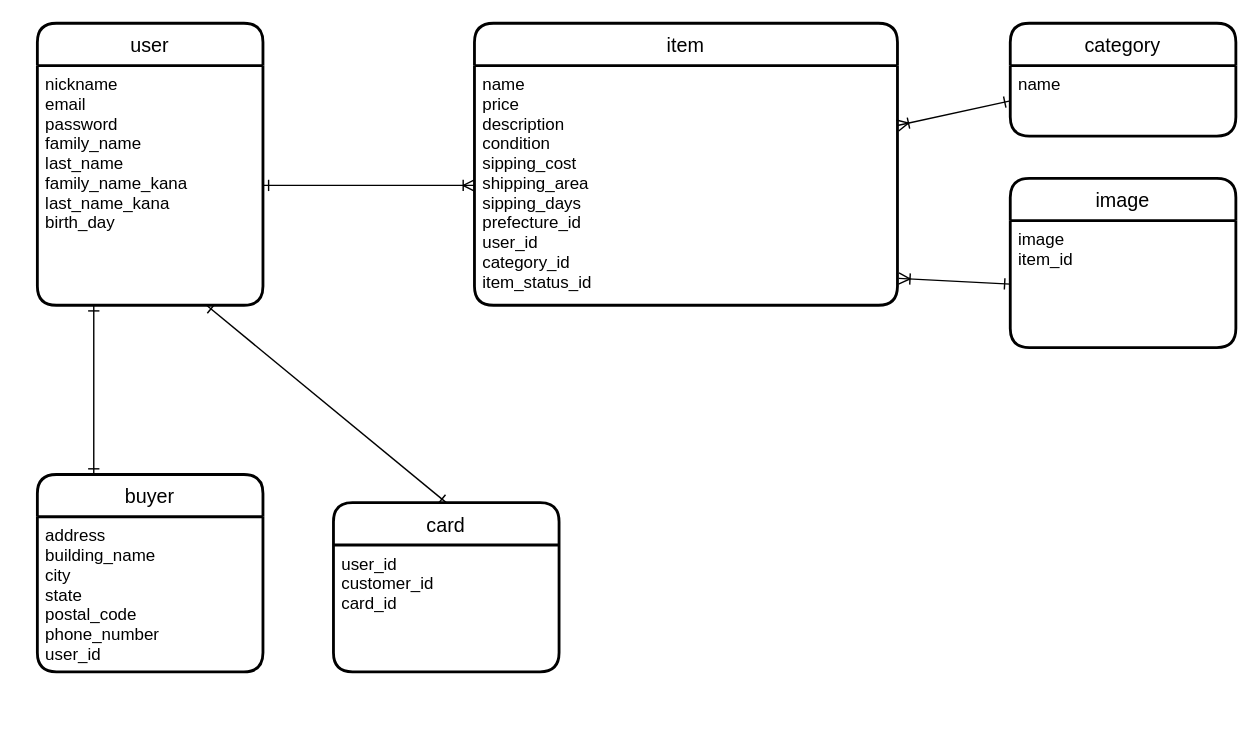
Above: furima.dio in tommy24335/furima-35566 (draw.io), before the change. Source tidied: cells renumbered, new cells numbered last; positions are measured from the earlier drawing's top-left corner, leaving out a move shared by most shapes. Both pictures are drawn from the tidied source at 141%, with x=0, y=0 at pixel (37, 23).
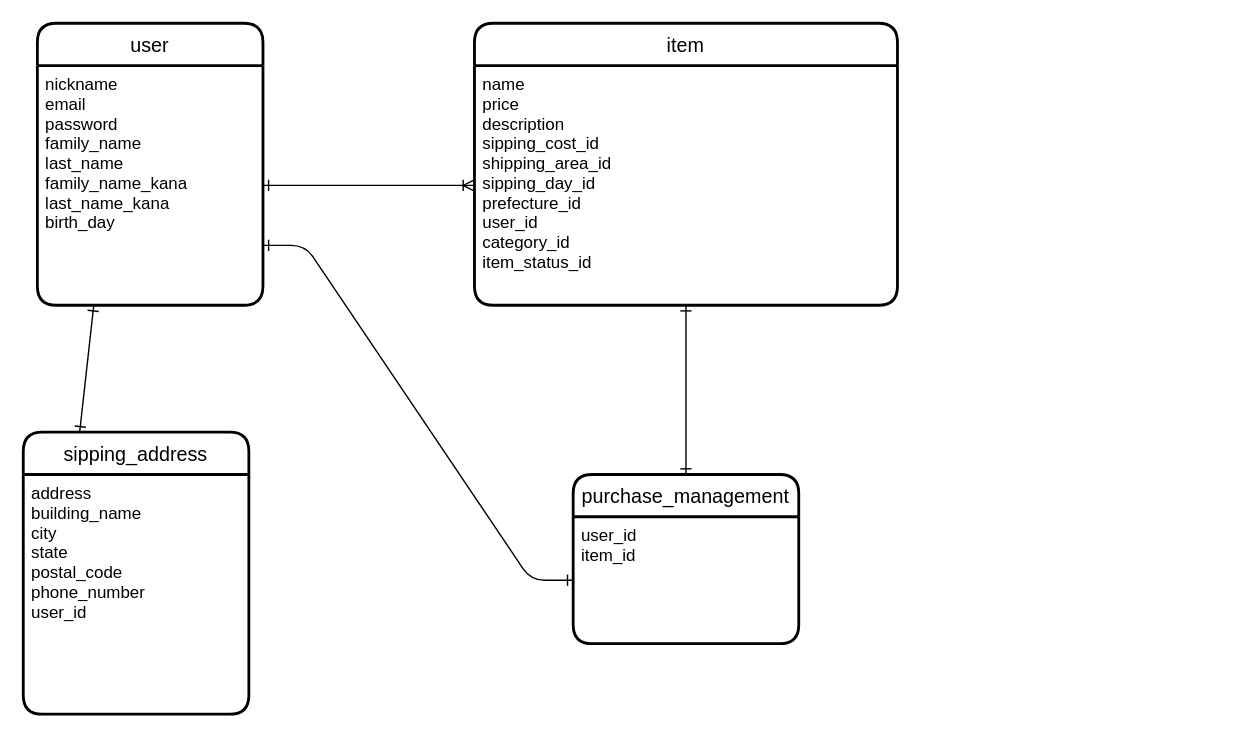
Above is the later version.

Commit message (it also covers changes not shown here):
ER図、READMEの修正

The edit, as a diff of the source:
```diff
@@
 <mxGraphModel>
   <root>
     <mxCell id="0" />
     <mxCell id="1" parent="0" />
     <mxCell id="2" value="user" style="swimlane;horizontal=1;startSize=30;rounded=1;fontSize=14;fontStyle=0;strokeWidth=2;shadow=0;dashed=0;align=center;verticalAlign=middle;" parent="1" vertex="1">
       <mxGeometry width="160" height="200" as="geometry" />
     </mxCell>
     <mxCell id="3" value="nickname&#10;email&#10;password&#10;family_name&#10;last_name&#10;family_name_kana&#10;last_name_kana&#10;birth_day" style="align=left;strokeColor=none;fillColor=none;spacingLeft=4;fontSize=12;verticalAlign=top;" parent="2" vertex="1">
       <mxGeometry y="30" width="160" height="170" as="geometry" />
     </mxCell>
     <mxCell id="4" value="item" style="swimlane;horizontal=1;startSize=30;rounded=1;fontSize=14;fontStyle=0;strokeWidth=2;shadow=0;dashed=0;align=center;" parent="1" vertex="1">
       <mxGeometry x="310" width="300" height="200" as="geometry" />
     </mxCell>
-    <mxCell id="5" value="name&#10;price&#10;description&#10;condition&#10;sipping_cost&#10;shipping_area&#10;sipping_days&#10;prefecture_id&#10;user_id&#10;category_id&#10;item_status_id" style="align=left;strokeColor=none;fillColor=none;spacingLeft=4;fontSize=12;verticalAlign=top;" parent="4" vertex="1">
+    <mxCell id="5" value="name&#10;price&#10;description&#10;sipping_cost_id&#10;shipping_area_id&#10;sipping_day_id&#10;prefecture_id&#10;user_id&#10;category_id&#10;item_status_id" style="align=left;strokeColor=none;fillColor=none;spacingLeft=4;fontSize=12;verticalAlign=top;" parent="4" vertex="1">
       <mxGeometry y="30" width="300" height="170" as="geometry" />
     </mxCell>
-    <mxCell id="6" value="category" style="swimlane;horizontal=1;startSize=30;rounded=1;fontSize=14;fontStyle=0;strokeWidth=2;shadow=0;dashed=0;align=center;" parent="1" vertex="1">
-      <mxGeometry x="690" width="160" height="80" as="geometry" />
-    </mxCell>
-    <mxCell id="7" value="name" style="align=left;strokeColor=none;fillColor=none;spacingLeft=4;fontSize=12;verticalAlign=top;" parent="6" vertex="1">
-      <mxGeometry y="30" width="160" height="50" as="geometry" />
-    </mxCell>
-    <mxCell id="8" style="edgeStyle=orthogonalEdgeStyle;rounded=0;orthogonalLoop=1;jettySize=auto;html=1;exitX=0.5;exitY=1;exitDx=0;exitDy=0;" parent="6" edge="1" source="7" target="7">
-      <mxGeometry relative="1" as="geometry" />
-    </mxCell>
-    <mxCell id="9" style="fontSize=12;html=1;endArrow=ERoneToMany;startArrow=ERone;entryX=1;entryY=0.25;entryDx=0;entryDy=0;exitX=0;exitY=0.5;exitDx=0;exitDy=0;startFill=0;" parent="1" edge="1" source="7" target="5">
-      <mxGeometry relative="1" as="geometry" />
-    </mxCell>
-    <mxCell id="10" value="image" style="swimlane;horizontal=1;startSize=30;rounded=1;fontSize=14;fontStyle=0;strokeWidth=2;shadow=0;dashed=0;align=center;" parent="1" vertex="1">
-      <mxGeometry x="690" y="110" width="160" height="120" as="geometry" />
-    </mxCell>
-    <mxCell id="11" value="image&#10;item_id" style="align=left;strokeColor=none;fillColor=none;spacingLeft=4;fontSize=12;verticalAlign=top;" parent="10" vertex="1">
-      <mxGeometry y="30" width="160" height="90" as="geometry" />
-    </mxCell>
-    <mxCell id="12" style="fontSize=12;html=1;endArrow=ERoneToMany;startArrow=ERone;exitX=0;exitY=0.5;exitDx=0;exitDy=0;entryX=1.003;entryY=0.888;entryDx=0;entryDy=0;entryPerimeter=0;startFill=0;" parent="1" edge="1" source="11" target="5">
-      <mxGeometry relative="1" as="geometry" />
-    </mxCell>
-    <mxCell id="13" value="buyer" style="swimlane;horizontal=1;startSize=30;rounded=1;fontSize=14;fontStyle=0;strokeWidth=2;shadow=0;dashed=0;align=center;" parent="1" vertex="1">
-      <mxGeometry y="320" width="160" height="140" as="geometry" />
-    </mxCell>
+    <mxCell id="16" style="edgeStyle=entityRelationEdgeStyle;fontSize=12;html=1;endArrow=ERoneToMany;startArrow=ERone;entryX=0;entryY=0.5;entryDx=0;entryDy=0;exitX=1;exitY=0.5;exitDx=0;exitDy=0;startFill=0;endFill=0;" parent="1" edge="1" source="3" target="5">
+      <mxGeometry relative="1" as="geometry" />
+    </mxCell>
+    <mxCell id="20" value="sipping_address" style="swimlane;horizontal=1;startSize=30;rounded=1;fontSize=14;fontStyle=0;strokeWidth=2;shadow=0;dashed=0;align=center;" parent="1" vertex="1">
+      <mxGeometry x="-10" y="290" width="160" height="200" as="geometry" />
+    </mxCell>
-    <mxCell id="14" value="address&#10;building_name&#10;city&#10;state&#10;postal_code&#10;phone_number&#10;user_id" style="align=left;strokeColor=none;fillColor=none;spacingLeft=4;fontSize=12;verticalAlign=top;" parent="13" vertex="1">
-      <mxGeometry y="30" width="160" height="110" as="geometry" />
+    <mxCell id="14" value="address&#10;building_name&#10;city&#10;state&#10;postal_code&#10;phone_number&#10;user_id" style="align=left;strokeColor=none;fillColor=none;spacingLeft=4;fontSize=12;verticalAlign=top;" parent="20" vertex="1">
+      <mxGeometry y="30" width="160" height="170" as="geometry" />
     </mxCell>
-    <mxCell id="15" style="fontSize=12;html=1;endArrow=ERone;startArrow=ERone;entryX=0.25;entryY=1;entryDx=0;entryDy=0;exitX=0.25;exitY=0;exitDx=0;exitDy=0;startFill=0;endFill=0;" parent="1" edge="1" source="13" target="3">
-      <mxGeometry relative="1" as="geometry" />
-    </mxCell>
-    <mxCell id="16" style="edgeStyle=entityRelationEdgeStyle;fontSize=12;html=1;endArrow=ERoneToMany;startArrow=ERone;entryX=0;entryY=0.5;entryDx=0;entryDy=0;exitX=1;exitY=0.5;exitDx=0;exitDy=0;startFill=0;endFill=0;" parent="1" edge="1" source="3" target="5">
-      <mxGeometry relative="1" as="geometry" />
-    </mxCell>
-    <mxCell id="17" value="card" style="swimlane;horizontal=1;startSize=30;rounded=1;fontSize=14;fontStyle=0;strokeWidth=2;shadow=0;dashed=0;align=center;" parent="1" vertex="1">
-      <mxGeometry x="210" y="340" width="160" height="120" as="geometry" />
-    </mxCell>
-    <mxCell id="18" value="user_id&#10;customer_id&#10;card_id" style="align=left;strokeColor=none;fillColor=none;spacingLeft=4;fontSize=12;verticalAlign=top;" parent="17" vertex="1">
-      <mxGeometry y="30" width="160" height="90" as="geometry" />
-    </mxCell>
-    <mxCell id="19" style="fontSize=12;html=1;endArrow=ERone;endFill=1;exitX=0.5;exitY=0;exitDx=0;exitDy=0;entryX=0.75;entryY=1;entryDx=0;entryDy=0;startArrow=ERone;startFill=0;" parent="1" edge="1" source="17" target="3">
-      <mxGeometry relative="1" as="geometry" />
-    </mxCell>
+    <mxCell id="21" value="purchase_management" style="swimlane;horizontal=1;startSize=30;rounded=1;fontSize=14;fontStyle=0;strokeWidth=2;shadow=0;dashed=0;align=center;" parent="1" vertex="1">
+      <mxGeometry x="380" y="320" width="160" height="120" as="geometry" />
+    </mxCell>
+    <mxCell id="22" value="user_id&#10;item_id" style="align=left;strokeColor=none;fillColor=none;spacingLeft=4;fontSize=12;verticalAlign=top;" parent="21" vertex="1">
+      <mxGeometry y="30" width="160" height="90" as="geometry" />
+    </mxCell>
+    <mxCell id="23" style="fontSize=12;html=1;endArrow=ERone;endFill=0;exitX=0.25;exitY=0;exitDx=0;exitDy=0;entryX=0.25;entryY=1;entryDx=0;entryDy=0;startArrow=ERone;startFill=0;" parent="1" edge="1" source="20" target="3">
+      <mxGeometry relative="1" as="geometry" />
+    </mxCell>
+    <mxCell id="24" style="fontSize=12;html=1;endArrow=ERone;endFill=0;exitX=0.5;exitY=0;exitDx=0;exitDy=0;entryX=0.5;entryY=1;entryDx=0;entryDy=0;startArrow=ERone;startFill=0;" parent="1" edge="1" source="21" target="5">
+      <mxGeometry relative="1" as="geometry" />
+    </mxCell>
+    <mxCell id="25" style="edgeStyle=entityRelationEdgeStyle;fontSize=12;html=1;endArrow=ERone;endFill=0;exitX=0;exitY=0.5;exitDx=0;exitDy=0;entryX=1;entryY=0.75;entryDx=0;entryDy=0;startArrow=ERone;startFill=0;" parent="1" edge="1" source="22" target="3">
+      <mxGeometry relative="1" as="geometry" />
+    </mxCell>
   </root>
 </mxGraphModel>
```
